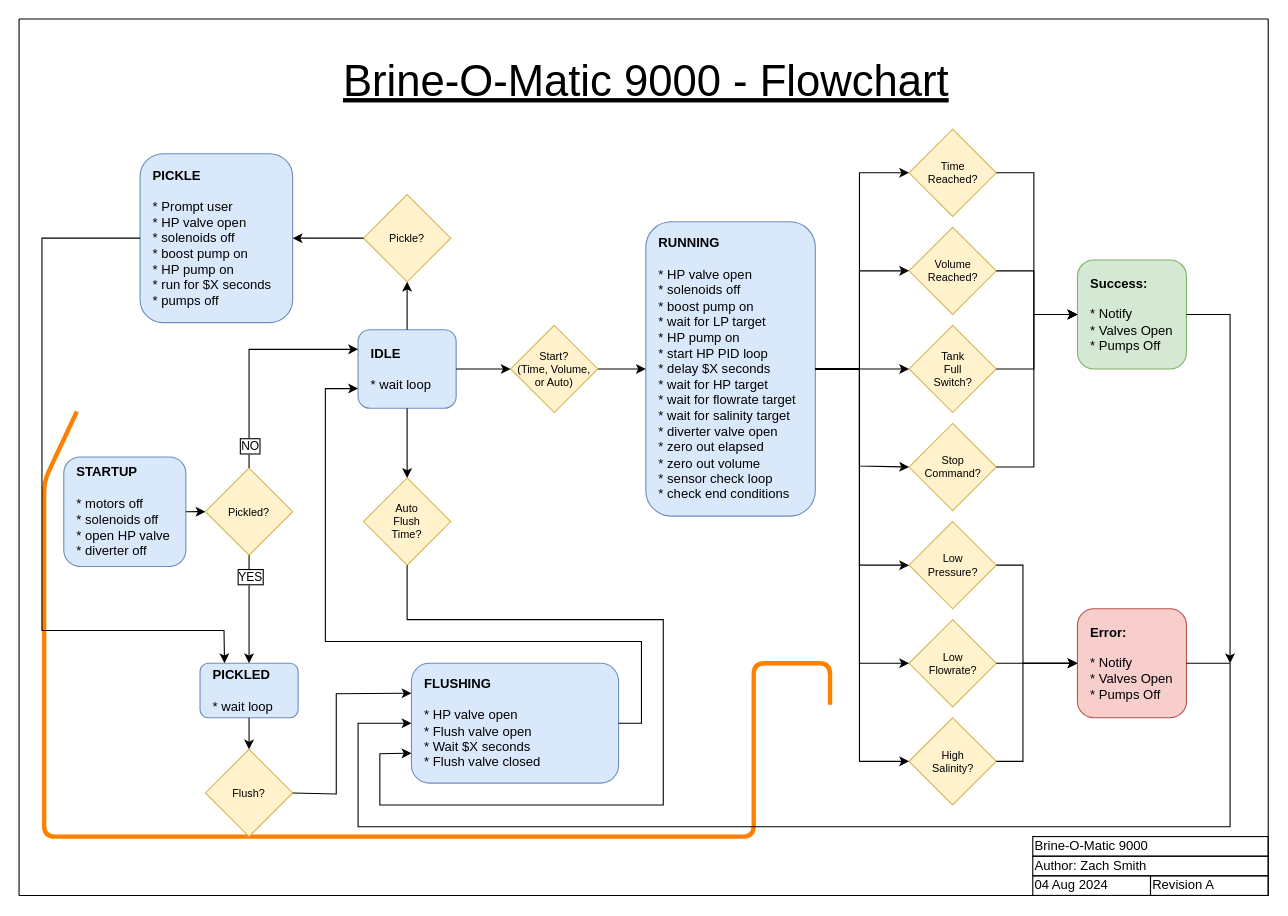
Before: page "State Machine" (3 of 5) of Brine-o-Matic 9000.drawio in hoeken/brineomatic, a draw.io diagram. Source tidied: cells renumbered, new cells numbered last; positions are measured from the earlier drawing's top-left corner, leaving out a move shared by most shapes. Both pictures are drawn from the tidied source at 109%, with x=0, y=0 at pixel (19, 19).
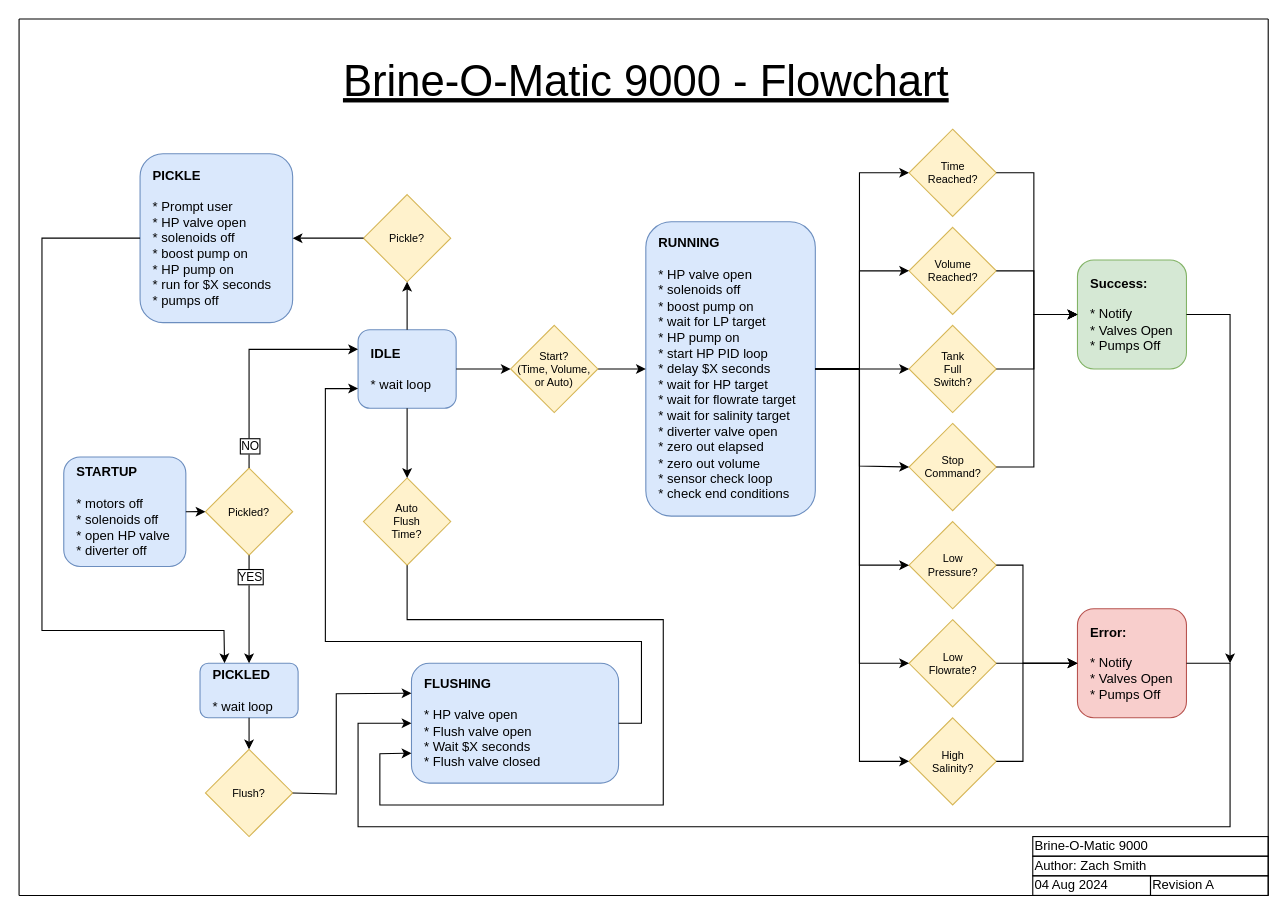
The same diagram, later.

What changed in the source:
```diff
@@
-    <mxCell id="2" style="endArrow=none;html=1;rounded=1;exitX=0.25;exitY=0;exitDx=0;exitDy=0;strokeColor=#FF8000;strokeWidth=4;entryX=0;entryY=0.5;entryDx=0;entryDy=0;" parent="1" edge="1">
-      <mxGeometry relative="1" as="geometry">
-        <mxPoint x="744" y="629" as="sourcePoint" />
-        <mxPoint x="53" y="360" as="targetPoint" />
-        <Array as="points">
-          <mxPoint x="744" y="591" />
-          <mxPoint x="674" y="591" />
-          <mxPoint x="674" y="750" />
-          <mxPoint x="23" y="750" />
-          <mxPoint x="23" y="424" />
-        </Array>
-      </mxGeometry>
-    </mxCell>
```
